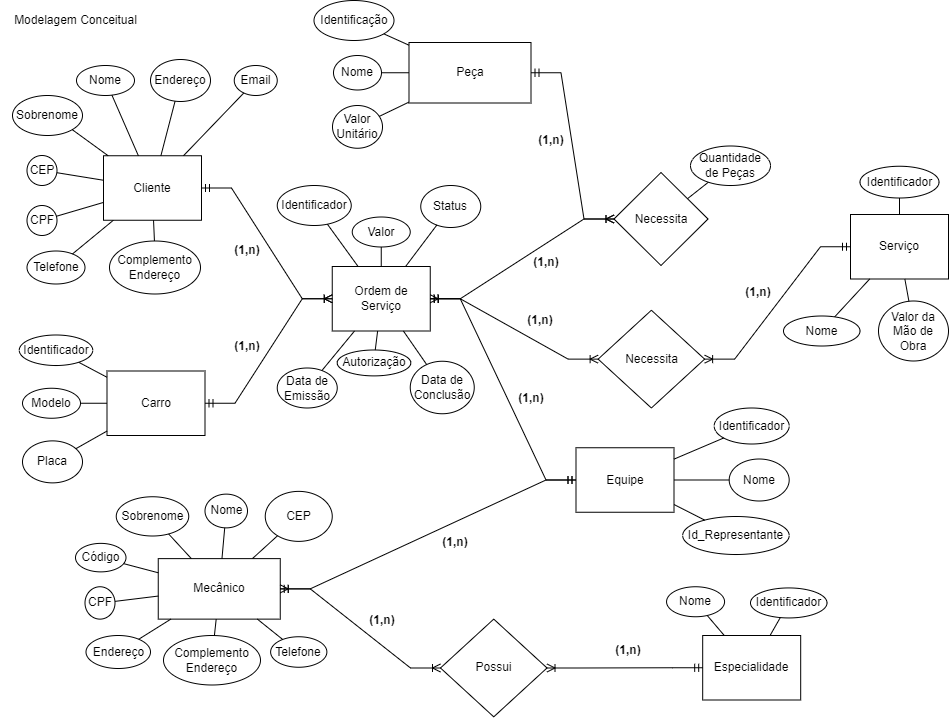
Earlier version of the draw.io export Banco de Dados/Projeto/Fluxogramas/Modelo Conceitual.png (Texugo-928/ADA). Source tidied: cells renumbered, new cells last; positions are measured from the earlier drawing's top-left corner, leaving out a move shared by most shapes.
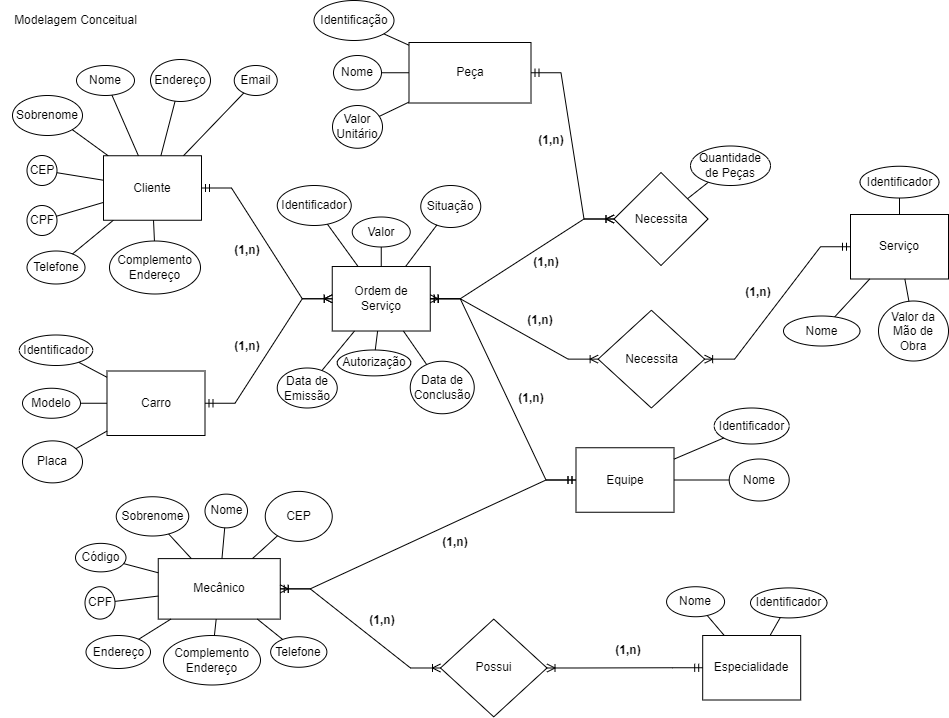
After the change.

Change to the diagram source:
```diff
@@ -173,7 +173,7 @@
     <mxCell id="58" value="Valor" style="ellipse;whiteSpace=wrap;html=1;" parent="1" vertex="1">
       <mxGeometry x="351.8" y="216.5" width="58" height="30" as="geometry" />
     </mxCell>
-    <mxCell id="59" value="Status" style="ellipse;whiteSpace=wrap;html=1;" parent="1" vertex="1">
+    <mxCell id="59" value="Situação" style="ellipse;whiteSpace=wrap;html=1;" parent="1" vertex="1">
       <mxGeometry x="420.2" y="185" width="60" height="42" as="geometry" />
     </mxCell>
     <mxCell id="60" value="Autorização" style="ellipse;whiteSpace=wrap;html=1;" parent="1" vertex="1">
@@ -221,12 +221,6 @@
     <mxCell id="74" style="endArrow=none;html=1;rounded=0;" parent="1" edge="1" source="70" target="72">
       <mxGeometry relative="1" as="geometry" />
     </mxCell>
-    <mxCell id="75" value="Id_Representante" style="ellipse;whiteSpace=wrap;html=1;" parent="1" vertex="1">
-      <mxGeometry x="682.2" y="516" width="106.5" height="38" as="geometry" />
-    </mxCell>
-    <mxCell id="76" style="endArrow=none;html=1;rounded=0;" parent="1" edge="1" source="75" target="70">
-      <mxGeometry relative="1" as="geometry" />
-    </mxCell>
     <mxCell id="77" value="Serviço" style="rounded=0;whiteSpace=wrap;html=1;" parent="1" vertex="1">
       <mxGeometry x="850" y="214" width="98" height="64.5" as="geometry" />
     </mxCell>
```
